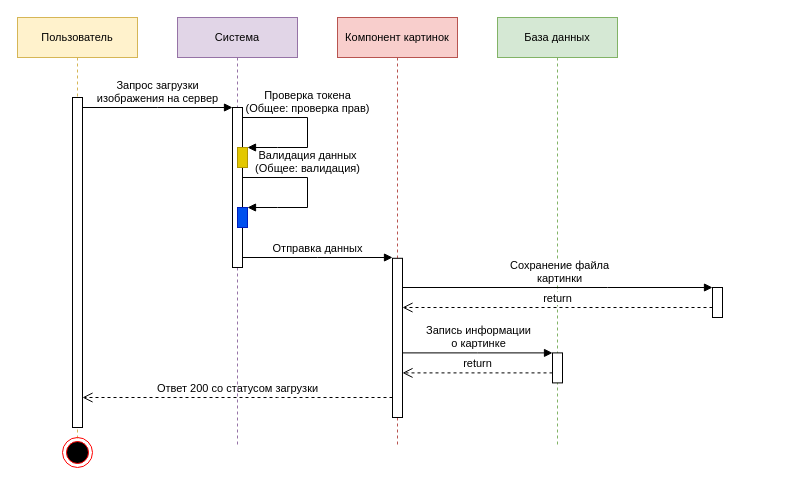
The draw.io diagram page "Загрузка изображения" (3 of 4) of docs/report/res/последовательности/Изображения.drawio in Zamelane/course-project-4, before the edit. Source tidied: cells renumbered, new cells numbered last; positions are measured from the earlier drawing's top-left corner, leaving out a move shared by most shapes. Both pictures are drawn from the tidied source at 100%, with x=0, y=0 at pixel (17, 17).
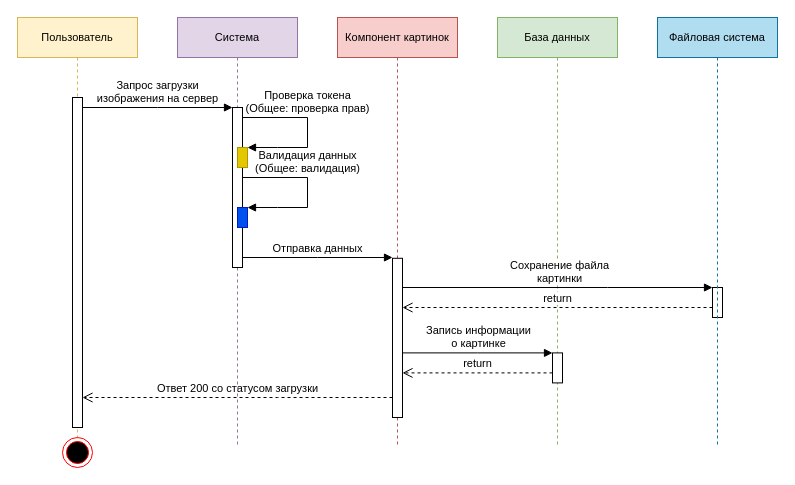
The same page after the edit.

Change to the diagram source:
```diff
@@
+    <mxCell id="23" value="Файловая система" style="shape=umlLifeline;perimeter=lifelinePerimeter;whiteSpace=wrap;html=1;labelBackgroundColor=none;strokeColor=#10739e;fontFamily=Helvetica;fontSize=11;fillColor=#b1ddf0;" parent="1" vertex="1">
+      <mxGeometry x="640" width="120" height="430" as="geometry" />
+    </mxCell>
```
